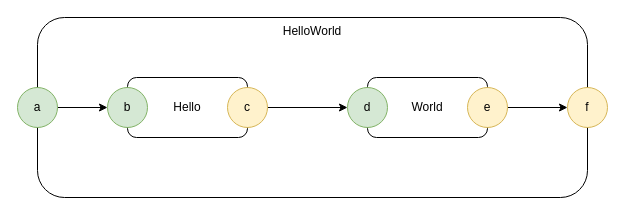
guitarvydas/eh keeps this draw.io diagram as test5.drawio. Above is the earlier version. Source tidied: cells renumbered, new cells numbered last; positions are measured from the earlier drawing's top-left corner, leaving out a move shared by most shapes. Both pictures are drawn from the tidied source at 100%, with x=0, y=0 at pixel (17, 17).
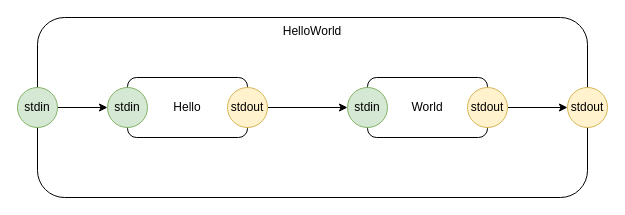
The same diagram, later.

What changed in the source:
```diff
@@
 <mxGraphModel>
   <root>
     <mxCell id="0" />
     <mxCell id="1" parent="0" />
     <mxCell id="2" value="HelloWorld" style="rounded=1;whiteSpace=wrap;html=1;verticalAlign=top;" parent="1" vertex="1">
       <mxGeometry x="20" width="550" height="180" as="geometry" />
     </mxCell>
     <mxCell id="3" value="Hello" style="rounded=1;whiteSpace=wrap;html=1;" parent="1" vertex="1">
       <mxGeometry x="110" y="60" width="120" height="60" as="geometry" />
     </mxCell>
     <mxCell id="4" value="World" style="rounded=1;whiteSpace=wrap;html=1;" parent="1" vertex="1">
       <mxGeometry x="350" y="60" width="120" height="60" as="geometry" />
     </mxCell>
     <mxCell id="5" style="edgeStyle=orthogonalEdgeStyle;rounded=0;jettySize=auto;html=1;exitX=1;exitY=0.5;exitDx=0;exitDy=0;entryX=0;entryY=0.5;entryDx=0;entryDy=0;" parent="1" edge="1" source="6" target="7">
       <mxGeometry relative="1" as="geometry" />
     </mxCell>
-    <mxCell id="6" value="c" style="ellipse;whiteSpace=wrap;html=1;fillColor=#fff2cc;strokeColor=#d6b656;" parent="1" vertex="1">
+    <mxCell id="6" value="stdout" style="ellipse;whiteSpace=wrap;html=1;fillColor=#fff2cc;strokeColor=#d6b656;" parent="1" vertex="1">
       <mxGeometry x="210" y="70" width="40" height="40" as="geometry" />
     </mxCell>
-    <mxCell id="7" value="d" style="ellipse;whiteSpace=wrap;html=1;fillColor=#d5e8d4;strokeColor=#82b366;" parent="1" vertex="1">
+    <mxCell id="7" value="stdin" style="ellipse;whiteSpace=wrap;html=1;fillColor=#d5e8d4;strokeColor=#82b366;" parent="1" vertex="1">
       <mxGeometry x="330" y="70" width="40" height="40" as="geometry" />
     </mxCell>
-    <mxCell id="8" value="b" style="ellipse;whiteSpace=wrap;html=1;fillColor=#d5e8d4;strokeColor=#82b366;" parent="1" vertex="1">
+    <mxCell id="8" value="stdin" style="ellipse;whiteSpace=wrap;html=1;fillColor=#d5e8d4;strokeColor=#82b366;" parent="1" vertex="1">
       <mxGeometry x="90" y="70" width="40" height="40" as="geometry" />
     </mxCell>
     <mxCell id="9" style="edgeStyle=orthogonalEdgeStyle;rounded=0;jettySize=auto;html=1;exitX=1;exitY=0.5;exitDx=0;exitDy=0;" parent="1" edge="1" source="10" target="11">
       <mxGeometry relative="1" as="geometry" />
     </mxCell>
-    <mxCell id="10" value="e" style="ellipse;whiteSpace=wrap;html=1;fillColor=#fff2cc;strokeColor=#d6b656;" parent="1" vertex="1">
+    <mxCell id="10" value="stdout" style="ellipse;whiteSpace=wrap;html=1;fillColor=#fff2cc;strokeColor=#d6b656;" parent="1" vertex="1">
       <mxGeometry x="450" y="70" width="40" height="40" as="geometry" />
     </mxCell>
-    <mxCell id="11" value="f" style="ellipse;whiteSpace=wrap;html=1;fillColor=#fff2cc;strokeColor=#d6b656;" parent="1" vertex="1">
+    <mxCell id="11" value="stdout" style="ellipse;whiteSpace=wrap;html=1;fillColor=#fff2cc;strokeColor=#d6b656;" parent="1" vertex="1">
       <mxGeometry x="550" y="70" width="40" height="40" as="geometry" />
     </mxCell>
     <mxCell id="12" style="edgeStyle=orthogonalEdgeStyle;rounded=0;jettySize=auto;html=1;exitX=1;exitY=0.5;exitDx=0;exitDy=0;entryX=0;entryY=0.5;entryDx=0;entryDy=0;" parent="1" edge="1" source="13" target="8">
       <mxGeometry relative="1" as="geometry" />
     </mxCell>
-    <mxCell id="13" value="a" style="ellipse;whiteSpace=wrap;html=1;fillColor=#d5e8d4;strokeColor=#82b366;" parent="1" vertex="1">
+    <mxCell id="13" value="stdin" style="ellipse;whiteSpace=wrap;html=1;fillColor=#d5e8d4;strokeColor=#82b366;" parent="1" vertex="1">
       <mxGeometry y="70" width="40" height="40" as="geometry" />
     </mxCell>
   </root>
 </mxGraphModel>
```
